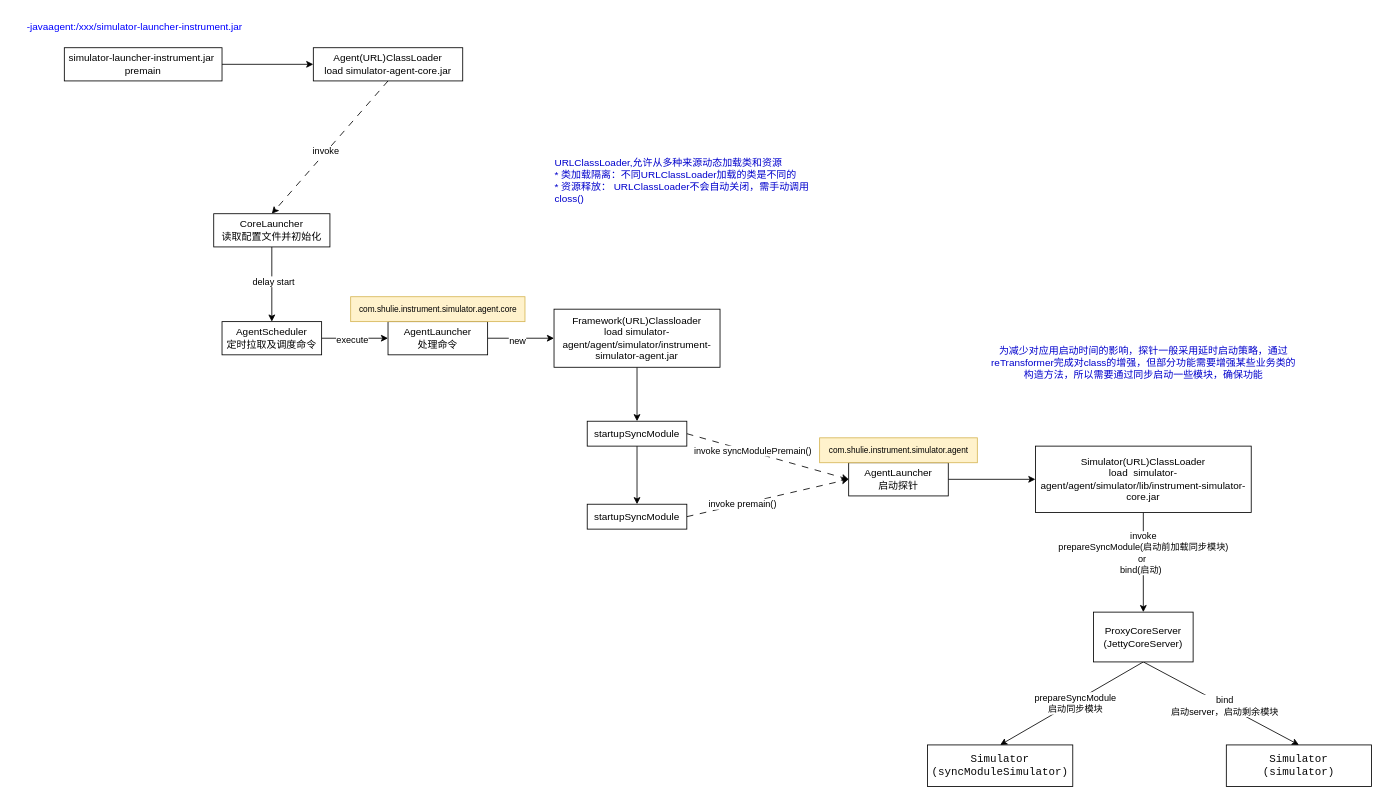
GuanN1ng/diagrams keeps this draw.io diagram as com.guann1n9.diagrams/link_agent.drawio. Above is the earlier version. Source tidied: cells renumbered, new cells numbered last; positions are measured from the earlier drawing's top-left corner, leaving out a move shared by most shapes. Both pictures are drawn from the tidied source at 83%, with x=0, y=0 at pixel (14, 14).
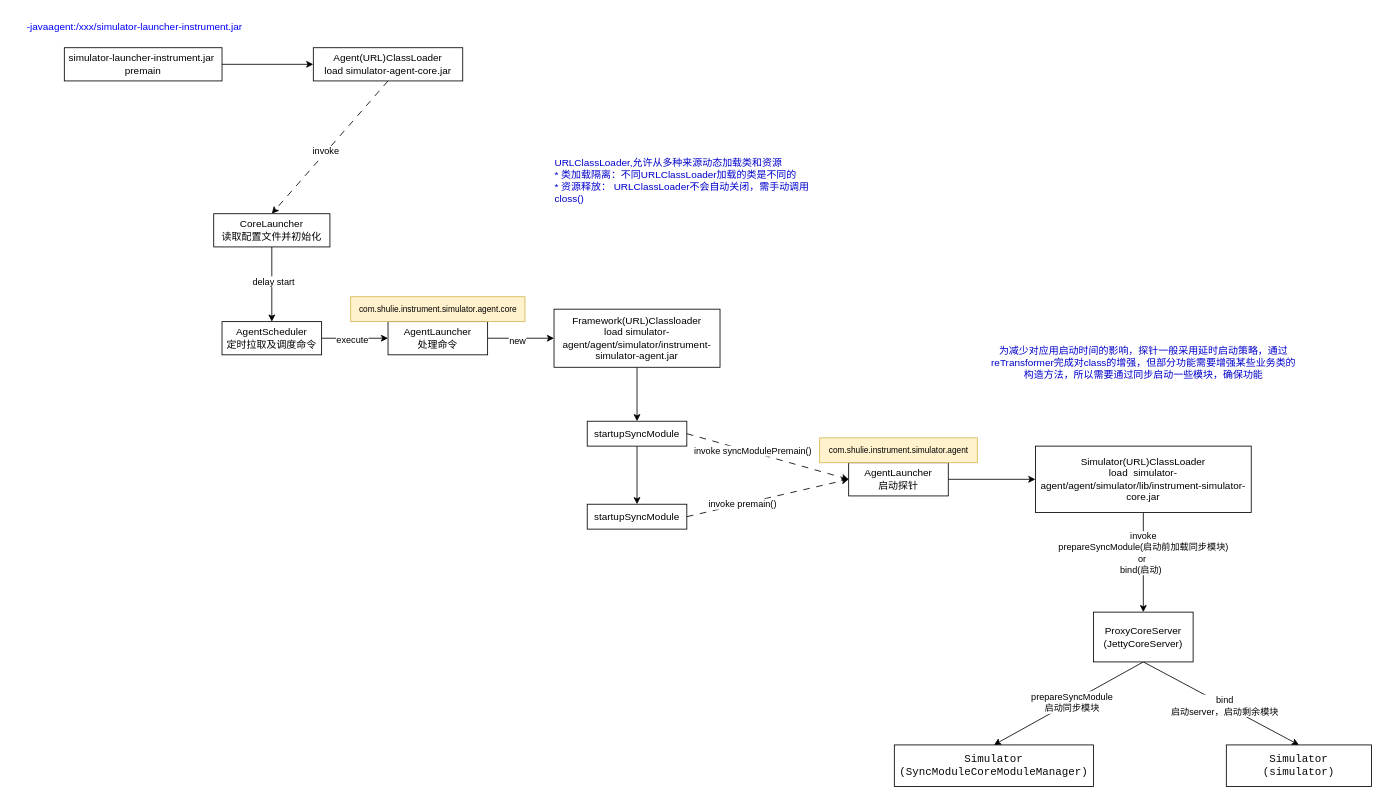
The same page after the edit.

Change to the diagram source:
```diff
@@
-    <mxCell id="39" value="&lt;div style=&quot;background-color: rgb(255, 255, 255); color: rgb(8, 8, 8);&quot;&gt;&lt;pre style=&quot;font-family:'JetBrains Mono',monospace;font-size:9.8pt;&quot;&gt;Simulator&lt;br/&gt;(syncModuleSimulator)&lt;/pre&gt;&lt;/div&gt;" style="rounded=0;whiteSpace=wrap;html=1;" parent="1" vertex="1">
-      <mxGeometry x="1100" y="880" width="175" height="50" as="geometry" />
+    <mxCell id="39" value="&lt;div style=&quot;background-color: rgb(255, 255, 255); color: rgb(8, 8, 8);&quot;&gt;&lt;pre style=&quot;font-family:'JetBrains Mono',monospace;font-size:9.8pt;&quot;&gt;Simulator&lt;br&gt;(SyncModuleCoreModuleManager)&lt;/pre&gt;&lt;/div&gt;" style="rounded=0;whiteSpace=wrap;html=1;" parent="1" vertex="1">
+      <mxGeometry x="1060" y="880" width="240" height="50" as="geometry" />
     </mxCell>
```
